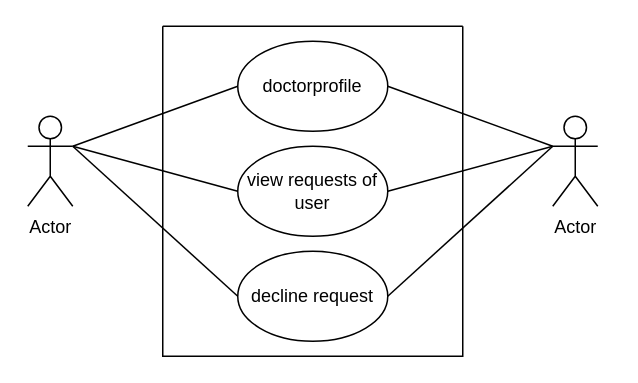
souravbiswassanto/Projects keeps this draw.io diagram as doctor use case.drawio. Above is the earlier version. Source tidied: cells renumbered, new cells numbered last; positions are measured from the earlier drawing's top-left corner, leaving out a move shared by most shapes. Both pictures are drawn from the tidied source at 150%, with x=0, y=0 at pixel (27, 26).
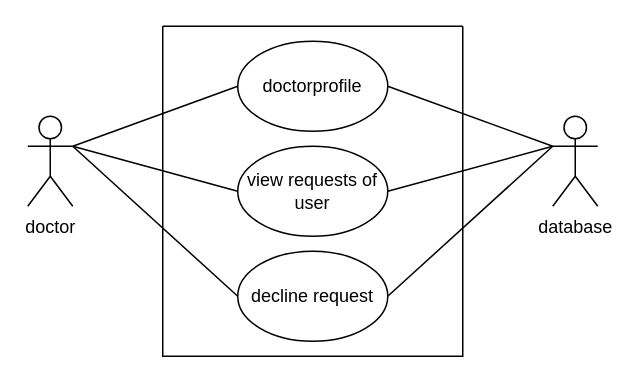
Above is the later version.

Diff of the diagram source:
```diff
@@
 <mxGraphModel>
   <root>
     <mxCell id="0" />
     <mxCell id="1" parent="0" />
-    <mxCell id="2" value="Actor" style="shape=umlActor;verticalLabelPosition=bottom;verticalAlign=top;html=1;" parent="1" vertex="1">
+    <mxCell id="2" value="doctor" style="shape=umlActor;verticalLabelPosition=bottom;verticalAlign=top;html=1;" parent="1" vertex="1">
       <mxGeometry y="60" width="30" height="60" as="geometry" />
     </mxCell>
-    <mxCell id="3" value="Actor" style="shape=umlActor;verticalLabelPosition=bottom;verticalAlign=top;html=1;" parent="1" vertex="1">
+    <mxCell id="3" value="database" style="shape=umlActor;verticalLabelPosition=bottom;verticalAlign=top;html=1;" parent="1" vertex="1">
       <mxGeometry x="350" y="60" width="30" height="60" as="geometry" />
     </mxCell>
     <mxCell id="4" style="swimlane;startSize=0;" parent="1" vertex="1">
       <mxGeometry x="90" width="200" height="220" as="geometry" />
     </mxCell>
     <mxCell id="5" value="doctorprofile" style="ellipse;whiteSpace=wrap;html=1;" parent="4" vertex="1">
       <mxGeometry x="50" y="10" width="100" height="60" as="geometry" />
     </mxCell>
     <mxCell id="6" value="decline request" style="ellipse;whiteSpace=wrap;html=1;" parent="4" vertex="1">
       <mxGeometry x="50" y="150" width="100" height="60" as="geometry" />
     </mxCell>
     <mxCell id="7" value="view requests of user" style="ellipse;whiteSpace=wrap;html=1;" parent="4" vertex="1">
       <mxGeometry x="50" y="80" width="100" height="60" as="geometry" />
     </mxCell>
     <mxCell id="8" style="endArrow=none;html=1;rounded=0;exitX=0;exitY=0.5;exitDx=0;exitDy=0;" parent="1" edge="1" source="6">
       <mxGeometry relative="1" as="geometry">
         <mxPoint x="30" y="80" as="targetPoint" />
       </mxGeometry>
     </mxCell>
     <mxCell id="9" style="endArrow=none;html=1;rounded=0;exitX=1;exitY=0.5;exitDx=0;exitDy=0;" parent="1" edge="1" source="6">
       <mxGeometry relative="1" as="geometry">
         <mxPoint x="350" y="80" as="targetPoint" />
       </mxGeometry>
     </mxCell>
     <mxCell id="10" style="endArrow=none;html=1;rounded=0;exitX=1;exitY=0.5;exitDx=0;exitDy=0;" parent="1" edge="1" source="7">
       <mxGeometry relative="1" as="geometry">
         <mxPoint x="350" y="80" as="targetPoint" />
       </mxGeometry>
     </mxCell>
     <mxCell id="11" style="endArrow=none;html=1;rounded=0;entryX=0;entryY=0.5;entryDx=0;entryDy=0;" parent="1" edge="1" target="7">
       <mxGeometry relative="1" as="geometry">
         <mxPoint x="30" y="80" as="sourcePoint" />
       </mxGeometry>
     </mxCell>
     <mxCell id="12" style="endArrow=none;html=1;rounded=0;exitX=1;exitY=0.5;exitDx=0;exitDy=0;" parent="1" edge="1" source="5">
       <mxGeometry relative="1" as="geometry">
         <mxPoint x="350" y="80" as="targetPoint" />
       </mxGeometry>
     </mxCell>
     <mxCell id="13" style="endArrow=none;html=1;rounded=0;entryX=0;entryY=0.5;entryDx=0;entryDy=0;" parent="1" edge="1" target="5">
       <mxGeometry relative="1" as="geometry">
         <mxPoint x="30" y="80" as="sourcePoint" />
       </mxGeometry>
     </mxCell>
   </root>
 </mxGraphModel>
```
